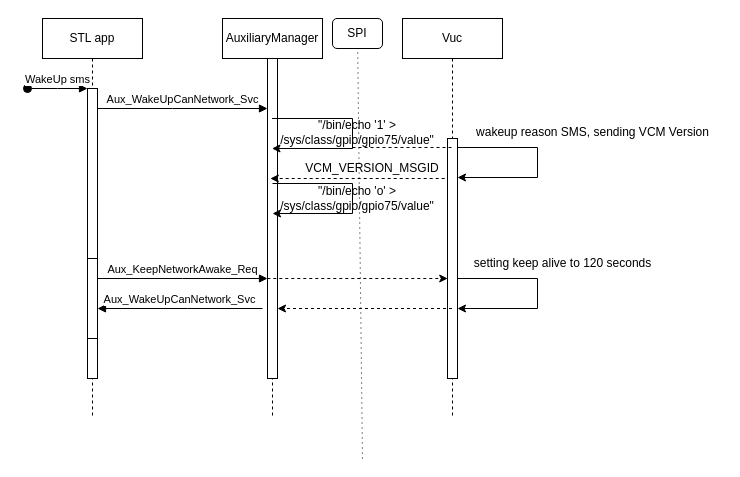
This is Diagramma senza titolo.drawio from favamarco/prova, a draw.io file, before an edit. Source tidied: cells renumbered, new cells numbered last; positions are measured from the earlier drawing's top-left corner, leaving out a move shared by most shapes. Both pictures are drawn from the tidied source at 100%, with x=0, y=0 at pixel (27, 18).
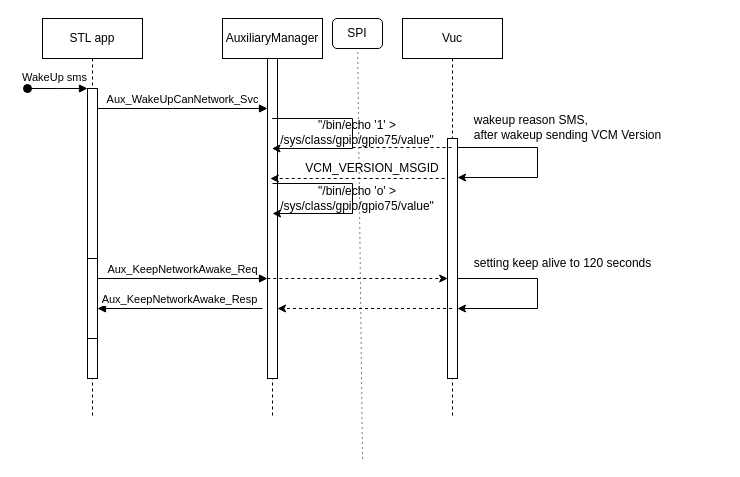
The same diagram, later.

The change refers to these unchanged cells:
```xml
<mxCell id="2" value="STL app" style="shape=umlLifeline;perimeter=lifelinePerimeter;whiteSpace=wrap;html=1;newEdgeStyle={&quot;edgeStyle&quot;:&quot;elbowEdgeStyle&quot;,&quot;elbow&quot;:&quot;vertical&quot;,&quot;curved&quot;:0,&quot;rounded&quot;:0};" parent="1" vertex="1">
  <mxGeometry x="15" width="100" height="400" as="geometry" />
</mxCell>
<mxCell id="3" style="html=1;points=[];perimeter=orthogonalPerimeter;outlineConnect=0;targetShapes=umlLifeline;portConstraint=eastwest;newEdgeStyle={&quot;edgeStyle&quot;:&quot;elbowEdgeStyle&quot;,&quot;elbow&quot;:&quot;vertical&quot;,&quot;curved&quot;:0,&quot;rounded&quot;:0};" parent="2" vertex="1">
  <mxGeometry x="45" y="70" width="10" height="290" as="geometry" />
</mxCell>
```

Change to the diagram source:
```diff
@@
     <mxCell id="4" value="WakeUp sms" style="html=1;verticalAlign=bottom;startArrow=oval;endArrow=block;startSize=8;edgeStyle=elbowEdgeStyle;elbow=vertical;curved=0;rounded=0;" parent="2" edge="1" target="3">
-      <mxGeometry relative="1" as="geometry">
+      <mxGeometry x="-0.1" y="2" relative="1" as="geometry">
         <mxPoint x="-15" y="70" as="sourcePoint" />
       </mxGeometry>
     </mxCell>
@@
-    <mxCell id="20" value="wakeup reason SMS, sending&amp;nbsp;VCM Version" style="text;html=1;align=center;verticalAlign=middle;strokeColor=none;fillColor=none;" parent="1" vertex="1">
-      <mxGeometry x="435" y="99" width="260" height="30" as="geometry" />
+    <mxCell id="20" value="&lt;div style=&quot;text-align: left;&quot;&gt;&lt;span style=&quot;background-color: initial;&quot;&gt;wakeup reason SMS,&lt;/span&gt;&lt;/div&gt;&lt;div style=&quot;text-align: left;&quot;&gt;&lt;span style=&quot;background-color: initial;&quot;&gt;after wakeup sending&amp;nbsp;VCM Version&lt;/span&gt;&lt;/div&gt;" style="text;html=1;align=center;verticalAlign=middle;strokeColor=none;fillColor=none;" parent="1" vertex="1">
+      <mxGeometry x="435" y="89" width="210" height="40" as="geometry" />
     </mxCell>
@@
-    <mxCell id="28" value="Aux_WakeUpCanNetwork_Svc" style="html=1;verticalAlign=bottom;endArrow=block;edgeStyle=elbowEdgeStyle;elbow=horizontal;curved=0;rounded=0;" parent="1" edge="1">
+    <mxCell id="28" value="Aux_KeepNetworkAwake_Resp" style="html=1;verticalAlign=bottom;endArrow=block;edgeStyle=elbowEdgeStyle;elbow=horizontal;curved=0;rounded=0;" parent="1" edge="1">
       <mxGeometry relative="1" as="geometry">
         <mxPoint x="235" y="290" as="sourcePoint" />
         <mxPoint x="70" y="290" as="targetPoint" />
         <Array as="points">
           <mxPoint x="160" y="280" />
         </Array>
       </mxGeometry>
     </mxCell>
```
